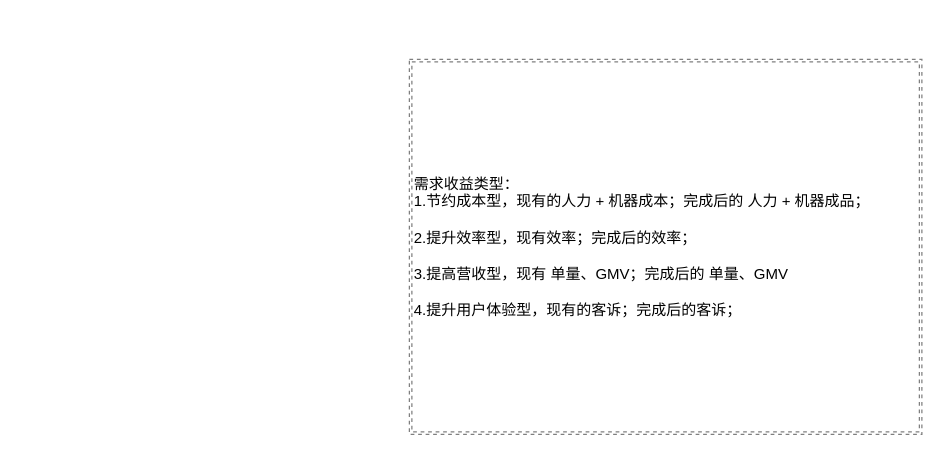
Before: page "Page-5" (6 of 6) of 需求ROI评估.drawio in lihongliang1989/diagram, a draw.io diagram. Source tidied: cells renumbered, new cells numbered last; positions are measured from the earlier drawing's top-left corner, leaving out a move shared by most shapes. Both pictures are drawn from the tidied source at 125%, with x=0, y=0 at pixel (409, 59).
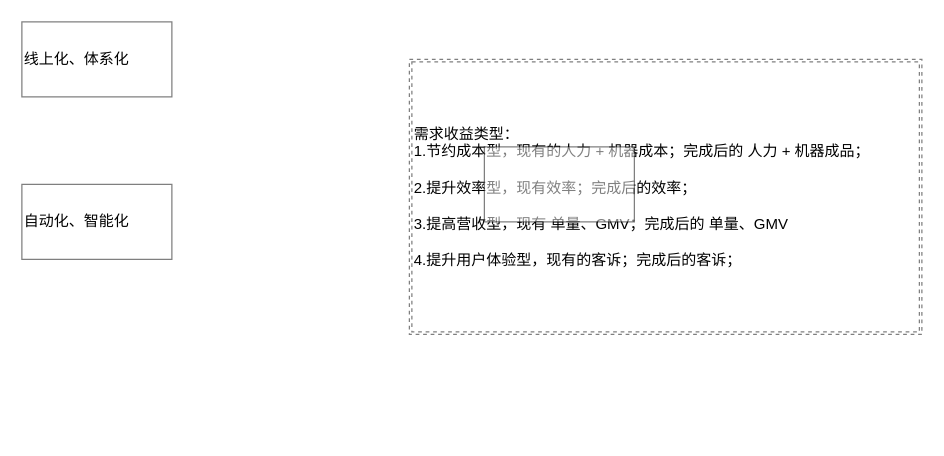
The same page after the edit.

Diff of the diagram source:
```diff
@@
 <mxGraphModel>
   <root>
     <mxCell id="0" />
     <mxCell id="1" parent="0" />
     <mxCell id="2" value="需求收益类型：&lt;br&gt;1.节约成本型，现有的人力 + 机器成本；完成后的 人力 + 机器成品；&lt;br&gt;&lt;br&gt;2.提升效率型，现有效率；完成后的效率；&lt;br&gt;&lt;br&gt;3.提高营收型，现有 单量、GMV；完成后的 单量、GMV&lt;br&gt;&lt;br&gt;4.提升用户体验型，现有的客诉；完成后的客诉；" style="shape=ext;double=1;rounded=0;whiteSpace=wrap;html=1;shadow=0;glass=0;dashed=1;sketch=0;fontColor=#000000;strokeColor=#000000;fillColor=#FFFFFF;align=left;opacity=50;" parent="1" vertex="1">
-      <mxGeometry width="410" height="300" as="geometry" />
+      <mxGeometry width="410" height="220" as="geometry" />
     </mxCell>
+    <mxCell id="3" style="rounded=0;whiteSpace=wrap;html=1;shadow=0;glass=0;sketch=0;fontColor=#000000;strokeColor=#000000;fillColor=#FFFFFF;align=left;opacity=50;" parent="1" vertex="1">
+      <mxGeometry x="60" y="70" width="120" height="60" as="geometry" />
+    </mxCell>
+    <mxCell id="4" value="线上化、体系化" style="rounded=0;whiteSpace=wrap;html=1;shadow=0;glass=0;sketch=0;fontColor=#000000;strokeColor=#000000;fillColor=#FFFFFF;align=left;opacity=50;" parent="1" vertex="1">
+      <mxGeometry x="-310" y="-30" width="120" height="60" as="geometry" />
+    </mxCell>
+    <mxCell id="5" value="自动化、智能化" style="rounded=0;whiteSpace=wrap;html=1;shadow=0;glass=0;sketch=0;fontColor=#000000;strokeColor=#000000;fillColor=#FFFFFF;align=left;opacity=50;" parent="1" vertex="1">
+      <mxGeometry x="-310" y="100" width="120" height="60" as="geometry" />
+    </mxCell>
   </root>
 </mxGraphModel>
```
